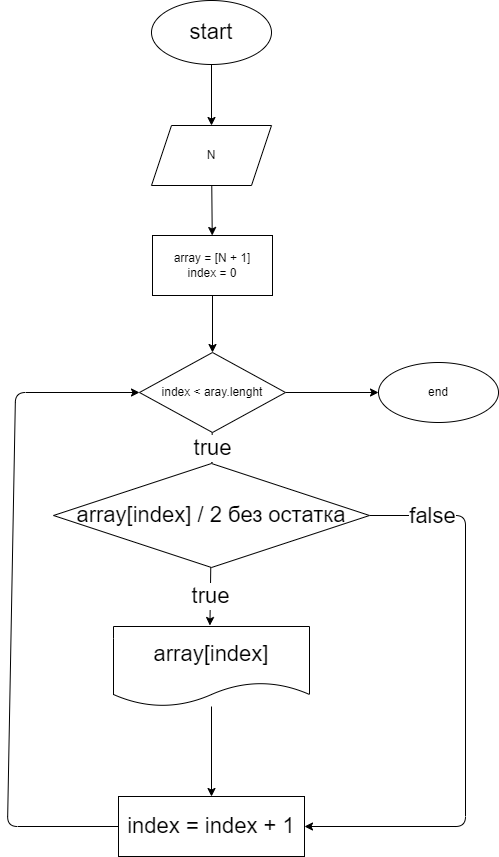
Earlier version of the draw.io export task_4/diagram4.drawio.png (Kir017/-). Source tidied: cells renumbered, new cells last; positions are measured from the earlier drawing's top-left corner, leaving out a move shared by most shapes. Source of this version:
```xml
<mxGraphModel>
  <root>
    <mxCell id="0" />
    <mxCell id="1" parent="0" />
    <mxCell id="2" style="edgeStyle=none;html=1;fontSize=22;" parent="1" edge="1" source="3" target="5">
      <mxGeometry relative="1" as="geometry" />
    </mxCell>
    <mxCell id="3" value="&lt;font style=&quot;font-size: 22px&quot;&gt;start&lt;/font&gt;" style="ellipse;whiteSpace=wrap;html=1;" parent="1" vertex="1">
      <mxGeometry x="144" width="120" height="64" as="geometry" />
    </mxCell>
    <mxCell id="4" style="edgeStyle=none;html=1;fontSize=22;" parent="1" edge="1" source="5" target="7">
      <mxGeometry relative="1" as="geometry" />
    </mxCell>
    <mxCell id="5" value="N" style="shape=parallelogram;perimeter=parallelogramPerimeter;whiteSpace=wrap;html=1;fixedSize=1;" parent="1" vertex="1">
      <mxGeometry x="144" y="125" width="120" height="60" as="geometry" />
    </mxCell>
    <mxCell id="6" style="edgeStyle=none;html=1;fontSize=22;" parent="1" edge="1" source="7" target="10">
      <mxGeometry relative="1" as="geometry" />
    </mxCell>
    <mxCell id="7" value="array = [N + 1]&lt;br&gt;index = 0" style="whiteSpace=wrap;html=1;" parent="1" vertex="1">
      <mxGeometry x="145" y="235" width="120" height="60" as="geometry" />
    </mxCell>
    <mxCell id="8" value="true" style="edgeStyle=none;html=1;fontSize=22;" parent="1" edge="1" source="10" target="14">
      <mxGeometry relative="1" as="geometry" />
    </mxCell>
    <mxCell id="9" style="edgeStyle=none;html=1;fontSize=22;" parent="1" edge="1" source="10" target="19">
      <mxGeometry relative="1" as="geometry" />
    </mxCell>
    <mxCell id="10" value="index &amp;lt; aray.lenght" style="rhombus;whiteSpace=wrap;html=1;" parent="1" vertex="1">
      <mxGeometry x="132" y="352" width="146" height="80" as="geometry" />
    </mxCell>
    <mxCell id="11" value="true" style="edgeStyle=none;html=1;fontSize=22;" parent="1" edge="1" source="14">
      <mxGeometry relative="1" as="geometry">
        <mxPoint x="202.4" y="625" as="targetPoint" />
      </mxGeometry>
    </mxCell>
    <mxCell id="12" style="edgeStyle=none;html=1;entryX=1;entryY=0.5;entryDx=0;entryDy=0;fontSize=22;" parent="1" edge="1" source="14" target="18">
      <mxGeometry relative="1" as="geometry">
        <Array as="points">
          <mxPoint x="458" y="515" />
          <mxPoint x="458" y="826" />
        </Array>
      </mxGeometry>
    </mxCell>
    <mxCell id="13" value="false" style="edgeLabel;html=1;align=center;verticalAlign=middle;fontSize=22;" parent="12" vertex="1">
      <mxGeometry x="-0.78" relative="1" as="geometry" />
    </mxCell>
    <mxCell id="14" value="array[index] / 2 без остатка" style="rhombus;whiteSpace=wrap;html=1;fontSize=22;" parent="1" vertex="1">
      <mxGeometry x="46" y="463" width="316" height="104" as="geometry" />
    </mxCell>
    <mxCell id="15" style="edgeStyle=none;html=1;fontSize=22;" parent="1" edge="1" source="16" target="18">
      <mxGeometry relative="1" as="geometry" />
    </mxCell>
    <mxCell id="16" value="array[index]" style="shape=document;whiteSpace=wrap;html=1;boundedLbl=1;fontSize=22;" parent="1" vertex="1">
      <mxGeometry x="106" y="626" width="196" height="80" as="geometry" />
    </mxCell>
    <mxCell id="17" style="edgeStyle=none;html=1;exitX=0;exitY=0.5;exitDx=0;exitDy=0;entryX=0;entryY=0.5;entryDx=0;entryDy=0;fontSize=22;" parent="1" edge="1" source="18" target="10">
      <mxGeometry relative="1" as="geometry">
        <Array as="points">
          <mxPoint y="826" />
          <mxPoint x="8" y="392" />
        </Array>
      </mxGeometry>
    </mxCell>
    <mxCell id="18" value="index = index + 1" style="whiteSpace=wrap;html=1;fontSize=22;" parent="1" vertex="1">
      <mxGeometry x="111" y="796" width="186" height="60" as="geometry" />
    </mxCell>
    <mxCell id="19" value="end" style="ellipse;whiteSpace=wrap;html=1;" parent="1" vertex="1">
      <mxGeometry x="371" y="362" width="120" height="60" as="geometry" />
    </mxCell>
  </root>
</mxGraphModel>
```
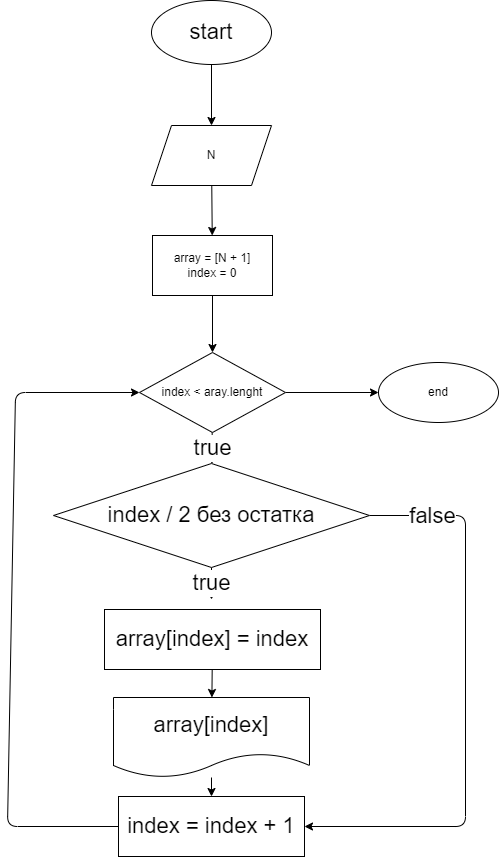
The same file after the commit.

Commit message:
Добавли код решения четвёртой задачи. Исправлена схема решения 4 задачи

What changed in the source:
```diff
@@ -31,7 +31,7 @@
     </mxCell>
     <mxCell id="11" value="true" style="edgeStyle=none;html=1;fontSize=22;" parent="1" edge="1" source="14">
       <mxGeometry relative="1" as="geometry">
-        <mxPoint x="202.4" y="625" as="targetPoint" />
+        <mxPoint x="204" y="599" as="targetPoint" />
       </mxGeometry>
     </mxCell>
     <mxCell id="12" style="edgeStyle=none;html=1;entryX=1;entryY=0.5;entryDx=0;entryDy=0;fontSize=22;" parent="1" edge="1" source="14" target="18">
@@ -45,14 +45,14 @@
     <mxCell id="13" value="false" style="edgeLabel;html=1;align=center;verticalAlign=middle;fontSize=22;" parent="12" vertex="1">
       <mxGeometry x="-0.78" relative="1" as="geometry" />
     </mxCell>
-    <mxCell id="14" value="array[index] / 2 без остатка" style="rhombus;whiteSpace=wrap;html=1;fontSize=22;" parent="1" vertex="1">
+    <mxCell id="14" value="index / 2 без остатка" style="rhombus;whiteSpace=wrap;html=1;fontSize=22;" parent="1" vertex="1">
       <mxGeometry x="46" y="463" width="316" height="104" as="geometry" />
     </mxCell>
     <mxCell id="15" style="edgeStyle=none;html=1;fontSize=22;" parent="1" edge="1" source="16" target="18">
       <mxGeometry relative="1" as="geometry" />
     </mxCell>
     <mxCell id="16" value="array[index]" style="shape=document;whiteSpace=wrap;html=1;boundedLbl=1;fontSize=22;" parent="1" vertex="1">
-      <mxGeometry x="106" y="626" width="196" height="80" as="geometry" />
+      <mxGeometry x="106" y="697" width="196" height="80" as="geometry" />
     </mxCell>
     <mxCell id="17" style="edgeStyle=none;html=1;exitX=0;exitY=0.5;exitDx=0;exitDy=0;entryX=0;entryY=0.5;entryDx=0;entryDy=0;fontSize=22;" parent="1" edge="1" source="18" target="10">
       <mxGeometry relative="1" as="geometry">
@@ -68,5 +68,11 @@
     <mxCell id="19" value="end" style="ellipse;whiteSpace=wrap;html=1;" parent="1" vertex="1">
       <mxGeometry x="371" y="362" width="120" height="60" as="geometry" />
     </mxCell>
+    <mxCell id="20" style="edgeStyle=none;html=1;fontSize=22;" parent="1" edge="1" source="21" target="16">
+      <mxGeometry relative="1" as="geometry" />
+    </mxCell>
+    <mxCell id="21" value="array[index] = index" style="rounded=0;whiteSpace=wrap;html=1;fontSize=22;" parent="1" vertex="1">
+      <mxGeometry x="97" y="609" width="216" height="60" as="geometry" />
+    </mxCell>
   </root>
 </mxGraphModel>
```
